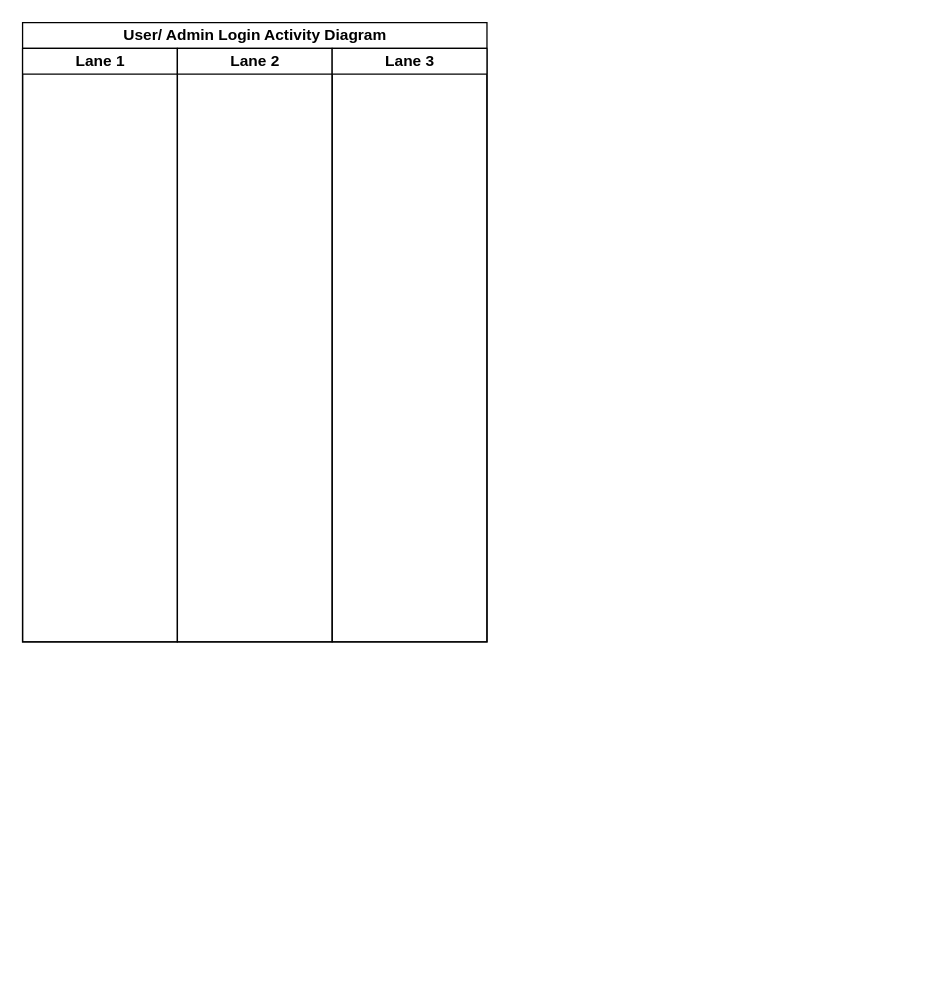
Useriandl/Tensura keeps this draw.io diagram as User/ Admin Login Activity Diagram.drawio. Above is the earlier version. Source tidied: cells renumbered, new cells numbered last; positions are measured from the earlier drawing's top-left corner, leaving out a move shared by most shapes. Both pictures are drawn from the tidied source at 129%, with x=0, y=0 at pixel (22, 22).
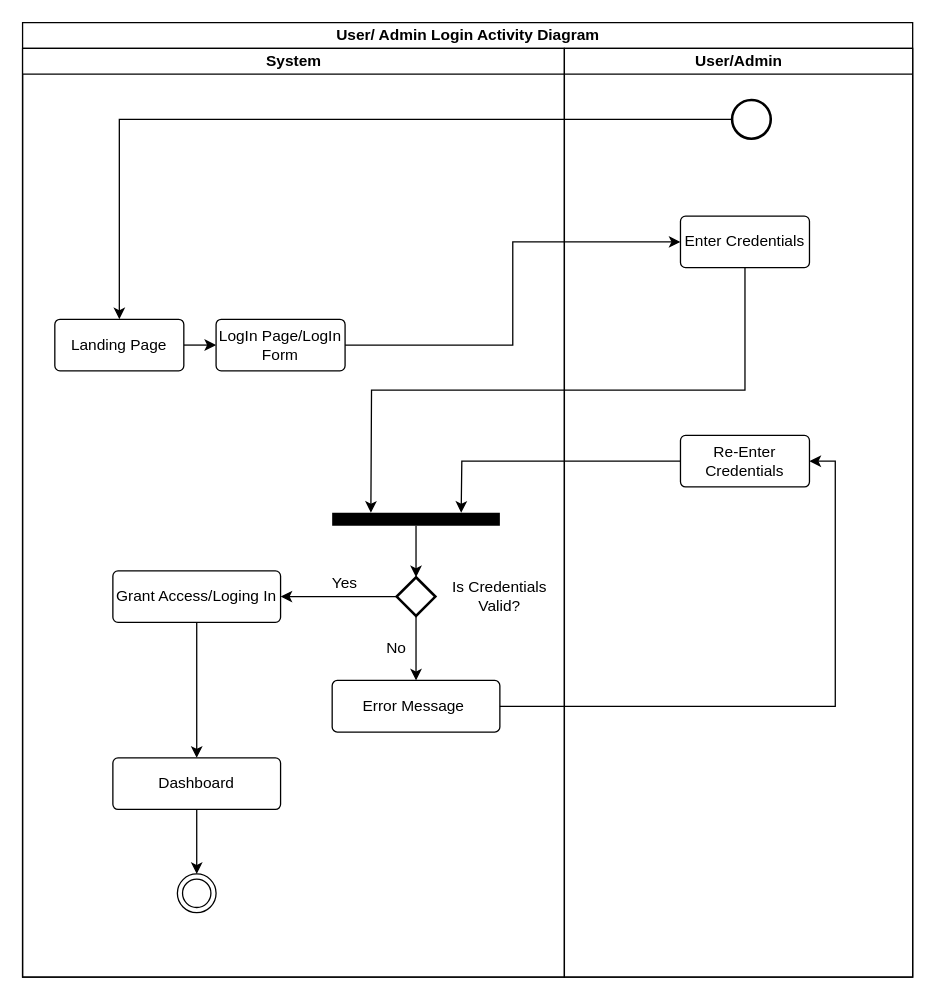
The same diagram, later.

Change to the diagram source:
```diff
@@
     <mxCell id="2" value="User/ Admin Login Activity Diagram" style="swimlane;startSize=20;html=1;" parent="1" vertex="1">
-      <mxGeometry width="360" height="480" as="geometry" />
+      <mxGeometry width="690" height="740" as="geometry" />
     </mxCell>
+    <mxCell id="6" style="edgeStyle=orthogonalEdgeStyle;rounded=0;jettySize=auto;html=1;exitX=0;exitY=0.5;exitDx=0;exitDy=0;exitPerimeter=0;entryX=0.5;entryY=0;entryDx=0;entryDy=0;" parent="2" edge="1" source="24" target="8">
+      <mxGeometry relative="1" as="geometry" />
+    </mxCell>
-    <mxCell id="3" value="Lane 1" style="swimlane;startSize=20;html=1;" parent="2" vertex="1">
-      <mxGeometry y="20" width="120" height="460" as="geometry" />
+    <mxCell id="3" value="System" style="swimlane;startSize=20;html=1;" parent="2" vertex="1">
+      <mxGeometry y="20" width="420" height="720" as="geometry" />
     </mxCell>
+    <mxCell id="7" style="edgeStyle=orthogonalEdgeStyle;rounded=0;jettySize=auto;html=1;exitX=1;exitY=0.5;exitDx=0;exitDy=0;entryX=0;entryY=0.5;entryDx=0;entryDy=0;" parent="3" edge="1" source="8" target="9">
+      <mxGeometry relative="1" as="geometry" />
+    </mxCell>
+    <mxCell id="8" value="Landing Page" style="rounded=1;arcSize=10;whiteSpace=wrap;html=1;align=center;" parent="3" vertex="1">
+      <mxGeometry x="25" y="210" width="100" height="40" as="geometry" />
+    </mxCell>
+    <mxCell id="9" value="LogIn Page/LogIn Form" style="rounded=1;arcSize=10;whiteSpace=wrap;html=1;align=center;" parent="3" vertex="1">
+      <mxGeometry x="150" y="210" width="100" height="40" as="geometry" />
+    </mxCell>
+    <mxCell id="10" style="edgeStyle=orthogonalEdgeStyle;rounded=0;jettySize=auto;html=1;exitX=0.5;exitY=1;exitDx=0;exitDy=0;exitPerimeter=0;entryX=0.5;entryY=0;entryDx=0;entryDy=0;" parent="3" edge="1" source="13" target="16">
+      <mxGeometry relative="1" as="geometry" />
+    </mxCell>
+    <mxCell id="11" style="edgeStyle=orthogonalEdgeStyle;rounded=0;jettySize=auto;html=1;exitX=0;exitY=0.5;exitDx=0;exitDy=0;exitPerimeter=0;" parent="3" edge="1" source="13" target="18">
+      <mxGeometry relative="1" as="geometry" />
+    </mxCell>
+    <mxCell id="12" style="edgeStyle=orthogonalEdgeStyle;rounded=0;jettySize=auto;html=1;exitX=0.5;exitY=0;exitDx=0;exitDy=0;exitPerimeter=0;endArrow=none;endFill=0;startArrow=classic;startFill=1;" parent="3" edge="1" source="13">
+      <mxGeometry x="0.05" relative="1" as="geometry">
+        <mxPoint x="305" y="370" as="targetPoint" />
+      </mxGeometry>
+    </mxCell>
+    <mxCell id="13" style="strokeWidth=2;html=1;shape=mxgraph.flowchart.decision;whiteSpace=wrap;" parent="3" vertex="1">
+      <mxGeometry x="290" y="410" width="30" height="30" as="geometry" />
+    </mxCell>
+    <mxCell id="14" value="Is Credentials Valid?" style="text;html=1;whiteSpace=wrap;strokeColor=none;fillColor=none;align=center;verticalAlign=middle;rounded=0;" parent="3" vertex="1">
+      <mxGeometry x="320" y="410" width="100" height="30" as="geometry" />
+    </mxCell>
+    <mxCell id="15" value="No" style="text;html=1;whiteSpace=wrap;strokeColor=none;fillColor=none;align=center;verticalAlign=middle;rounded=0;" parent="3" vertex="1">
+      <mxGeometry x="240" y="450" width="100" height="30" as="geometry" />
+    </mxCell>
+    <mxCell id="16" value="Error Message&amp;nbsp;" style="rounded=1;arcSize=10;whiteSpace=wrap;html=1;align=center;" parent="3" vertex="1">
+      <mxGeometry x="240" y="490" width="130" height="40" as="geometry" />
+    </mxCell>
+    <mxCell id="17" style="edgeStyle=orthogonalEdgeStyle;rounded=0;jettySize=auto;html=1;exitX=0.5;exitY=1;exitDx=0;exitDy=0;entryX=0.5;entryY=0;entryDx=0;entryDy=0;" parent="3" edge="1" source="18" target="22">
+      <mxGeometry relative="1" as="geometry" />
+    </mxCell>
+    <mxCell id="18" value="Grant Access/Loging In" style="rounded=1;arcSize=10;whiteSpace=wrap;html=1;align=center;" parent="3" vertex="1">
+      <mxGeometry x="70" y="405" width="130" height="40" as="geometry" />
+    </mxCell>
+    <mxCell id="19" value="Yes" style="text;html=1;whiteSpace=wrap;strokeColor=none;fillColor=none;align=center;verticalAlign=middle;rounded=0;" parent="3" vertex="1">
+      <mxGeometry x="200" y="400" width="100" height="30" as="geometry" />
+    </mxCell>
+    <mxCell id="20" style="ellipse;shape=doubleEllipse;whiteSpace=wrap;html=1;" parent="3" vertex="1">
+      <mxGeometry x="120" y="640" width="30" height="30" as="geometry" />
+    </mxCell>
+    <mxCell id="21" style="edgeStyle=orthogonalEdgeStyle;rounded=0;jettySize=auto;html=1;exitX=0.5;exitY=1;exitDx=0;exitDy=0;entryX=0.5;entryY=0;entryDx=0;entryDy=0;" parent="3" edge="1" source="22" target="20">
+      <mxGeometry relative="1" as="geometry" />
+    </mxCell>
+    <mxCell id="22" value="Dashboard" style="rounded=1;arcSize=10;whiteSpace=wrap;html=1;align=center;" parent="3" vertex="1">
+      <mxGeometry x="70" y="550" width="130" height="40" as="geometry" />
+    </mxCell>
+    <mxCell id="23" style="line;strokeWidth=10;dashed=0;labelPosition=right;align=left;verticalAlign=middle;spacingTop=0;spacingLeft=6;" parent="3" vertex="1">
+      <mxGeometry x="240" y="360" width="130" height="10" as="geometry" />
+    </mxCell>
-    <mxCell id="4" value="Lane 2" style="swimlane;startSize=20;html=1;" parent="2" vertex="1">
-      <mxGeometry x="120" y="20" width="120" height="460" as="geometry" />
+    <mxCell id="4" value="User/Admin" style="swimlane;startSize=20;html=1;" parent="2" vertex="1">
+      <mxGeometry x="420" y="20" width="270" height="720" as="geometry" />
     </mxCell>
-    <mxCell id="5" value="Lane 3" style="swimlane;startSize=20;html=1;" parent="2" vertex="1">
-      <mxGeometry x="240" y="20" width="120" height="460" as="geometry" />
-    </mxCell>
+    <mxCell id="24" style="strokeWidth=2;html=1;shape=mxgraph.flowchart.start_2;whiteSpace=wrap;" parent="4" vertex="1">
+      <mxGeometry x="130" y="40" width="30" height="30" as="geometry" />
+    </mxCell>
+    <mxCell id="25" style="edgeStyle=orthogonalEdgeStyle;rounded=0;jettySize=auto;html=1;exitX=0.5;exitY=1;exitDx=0;exitDy=0;" parent="4" edge="1" source="26">
+      <mxGeometry relative="1" as="geometry">
+        <mxPoint x="-150" y="360" as="targetPoint" />
+      </mxGeometry>
+    </mxCell>
+    <mxCell id="26" value="Enter Credentials" style="rounded=1;arcSize=10;whiteSpace=wrap;html=1;align=center;" parent="4" vertex="1">
+      <mxGeometry x="90" y="130" width="100" height="40" as="geometry" />
+    </mxCell>
+    <mxCell id="27" style="edgeStyle=orthogonalEdgeStyle;rounded=0;jettySize=auto;html=1;exitX=0;exitY=0.5;exitDx=0;exitDy=0;" parent="4" edge="1" source="28">
+      <mxGeometry relative="1" as="geometry">
+        <mxPoint x="-80" y="360" as="targetPoint" />
+      </mxGeometry>
+    </mxCell>
+    <mxCell id="28" value="Re-Enter Credentials" style="rounded=1;arcSize=10;whiteSpace=wrap;html=1;align=center;" parent="4" vertex="1">
+      <mxGeometry x="90" y="300" width="100" height="40" as="geometry" />
+    </mxCell>
+    <mxCell id="29" style="edgeStyle=orthogonalEdgeStyle;rounded=0;jettySize=auto;html=1;entryX=0;entryY=0.5;entryDx=0;entryDy=0;" parent="2" edge="1" source="9" target="26">
+      <mxGeometry relative="1" as="geometry" />
+    </mxCell>
+    <mxCell id="30" style="edgeStyle=orthogonalEdgeStyle;rounded=0;jettySize=auto;html=1;exitX=1;exitY=0.5;exitDx=0;exitDy=0;entryX=1;entryY=0.5;entryDx=0;entryDy=0;" parent="2" edge="1" source="16" target="28">
+      <mxGeometry relative="1" as="geometry" />
+    </mxCell>
```
